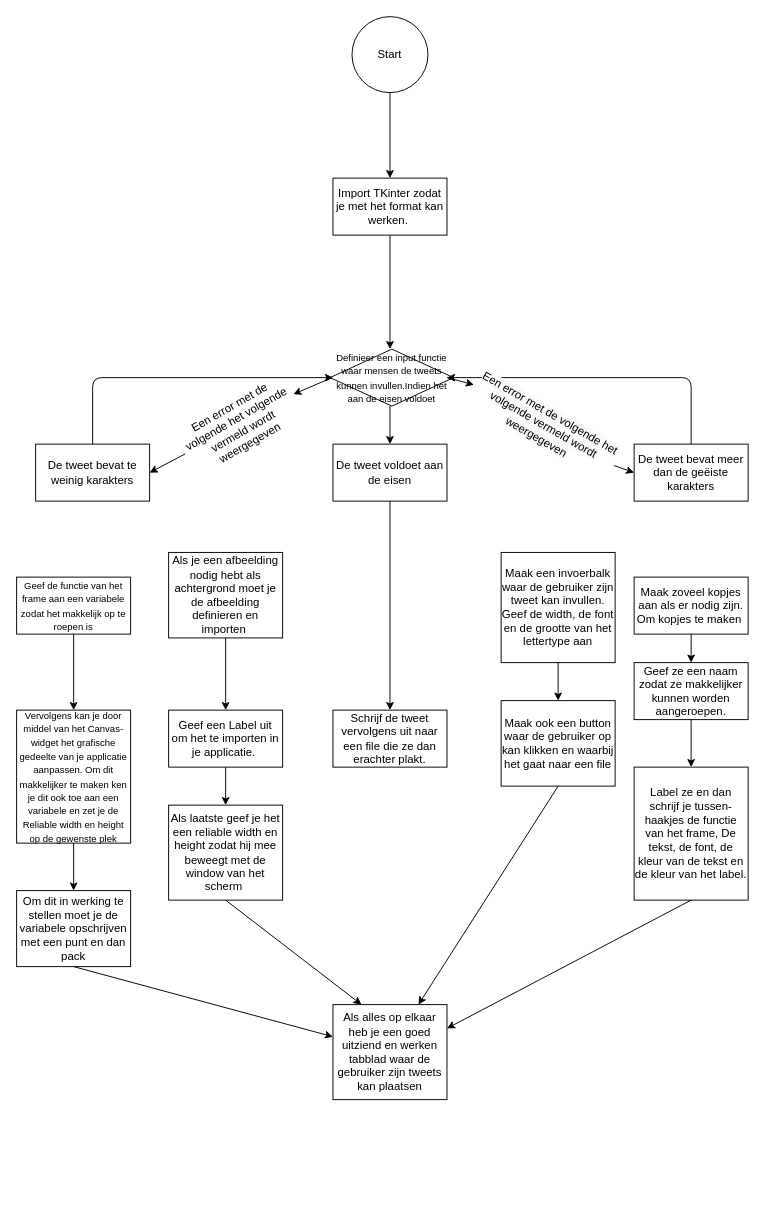
This is Untitled Diagram.drawio from yairw-222/Ya-r, a draw.io file, before an edit. Source tidied: cells renumbered, new cells numbered last; positions are measured from the earlier drawing's top-left corner, leaving out a move shared by most shapes. Both pictures are drawn from the tidied source at 95%, with x=0, y=0 at pixel (16, 16).
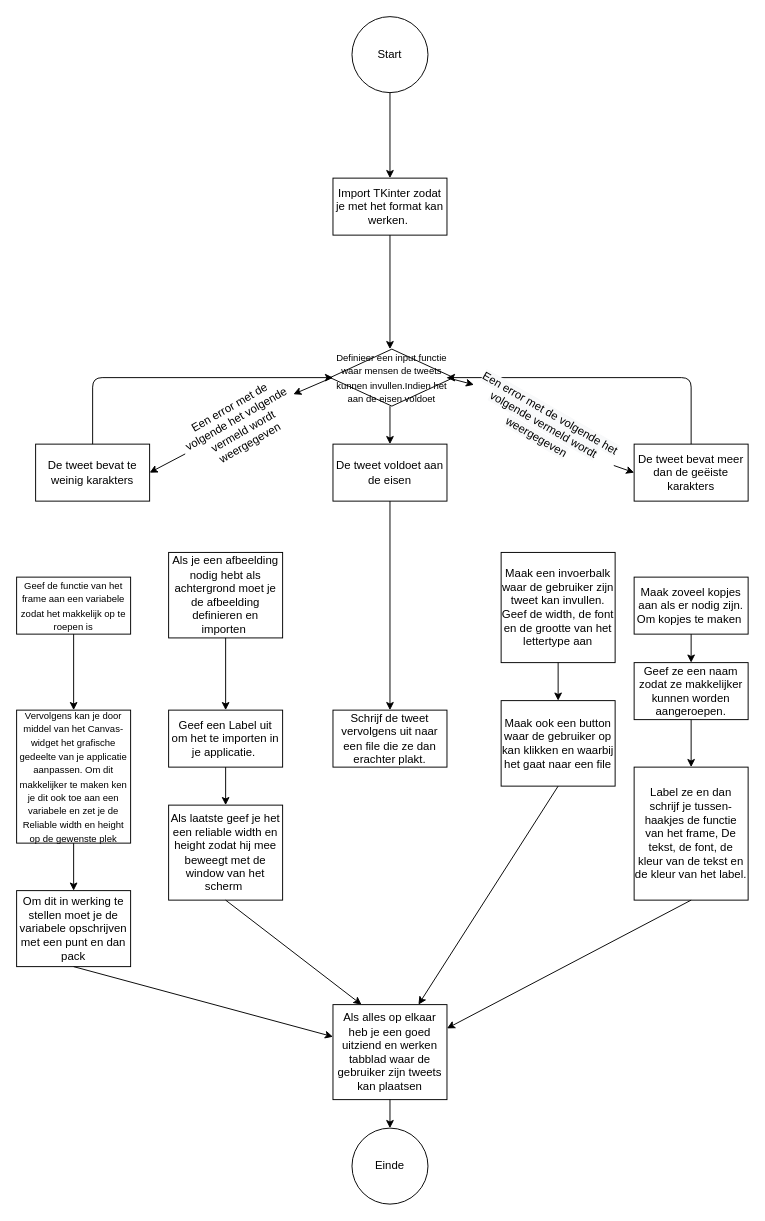
Above is the later version.

The change refers to these unchanged cells:
```xml
<mxCell id="43" value="Als alles op elkaar heb je een goed uitziend en werken tabblad waar de gebruiker zijn tweets kan plaatsen" style="rounded=0;whiteSpace=wrap;html=1;" parent="1" vertex="1">
  <mxGeometry x="333" y="1040" width="120" height="100" as="geometry" />
</mxCell>
```

Change to the diagram source:
```diff
@@
+    <mxCell id="44" style="endArrow=classic;html=1;exitX=0.5;exitY=1;exitDx=0;exitDy=0;" parent="1" edge="1" source="43" target="45">
+      <mxGeometry relative="1" as="geometry" />
+    </mxCell>
+    <mxCell id="45" value="Einde" style="ellipse;whiteSpace=wrap;html=1;" parent="1" vertex="1">
+      <mxGeometry x="353" y="1170" width="80" height="80" as="geometry" />
+    </mxCell>
```
